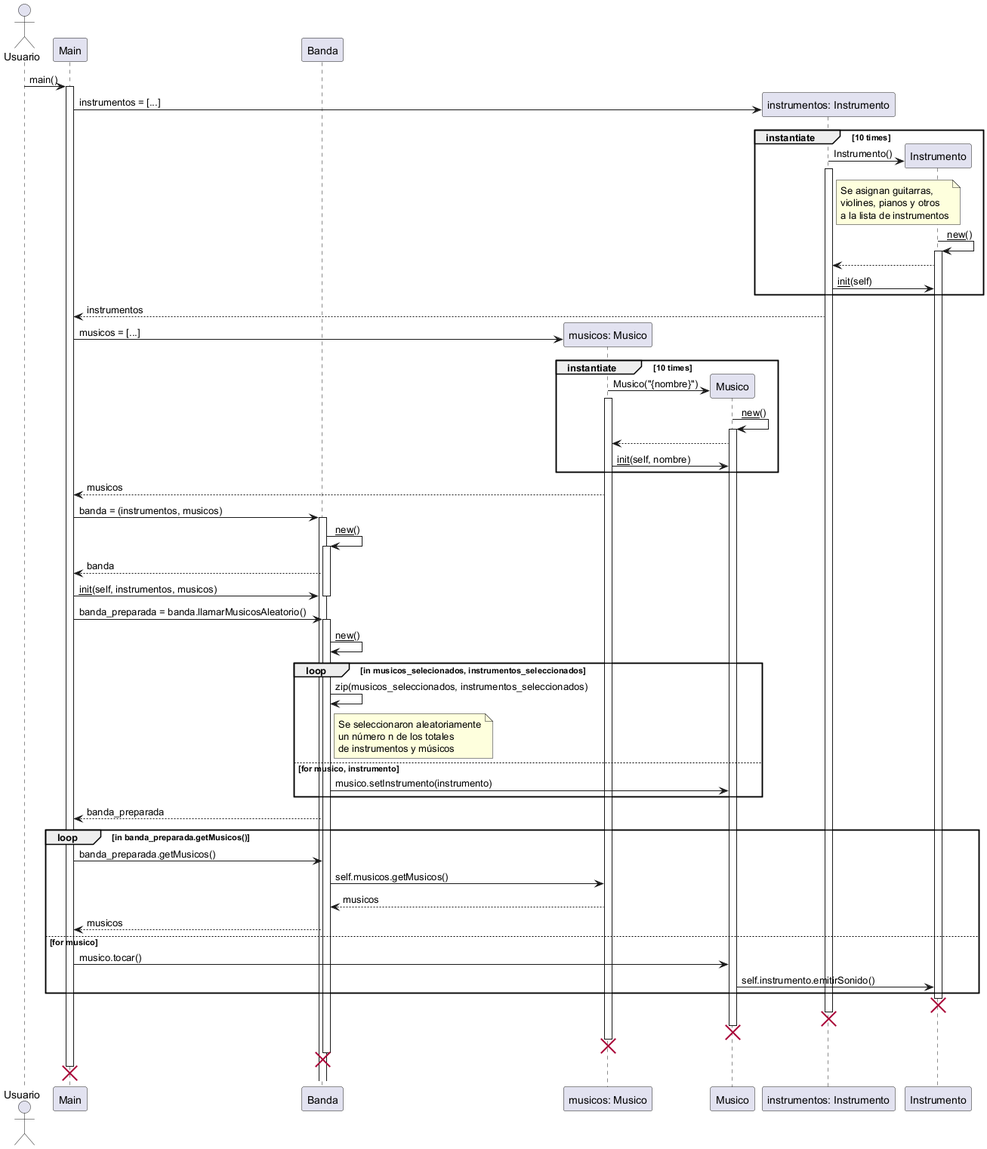
The PlantUML diagram diagramas/imagenes/Diagrama de Secuencia.png in Inaryuta/Entregable-I-Modelos-Programacion-II, before a commit.
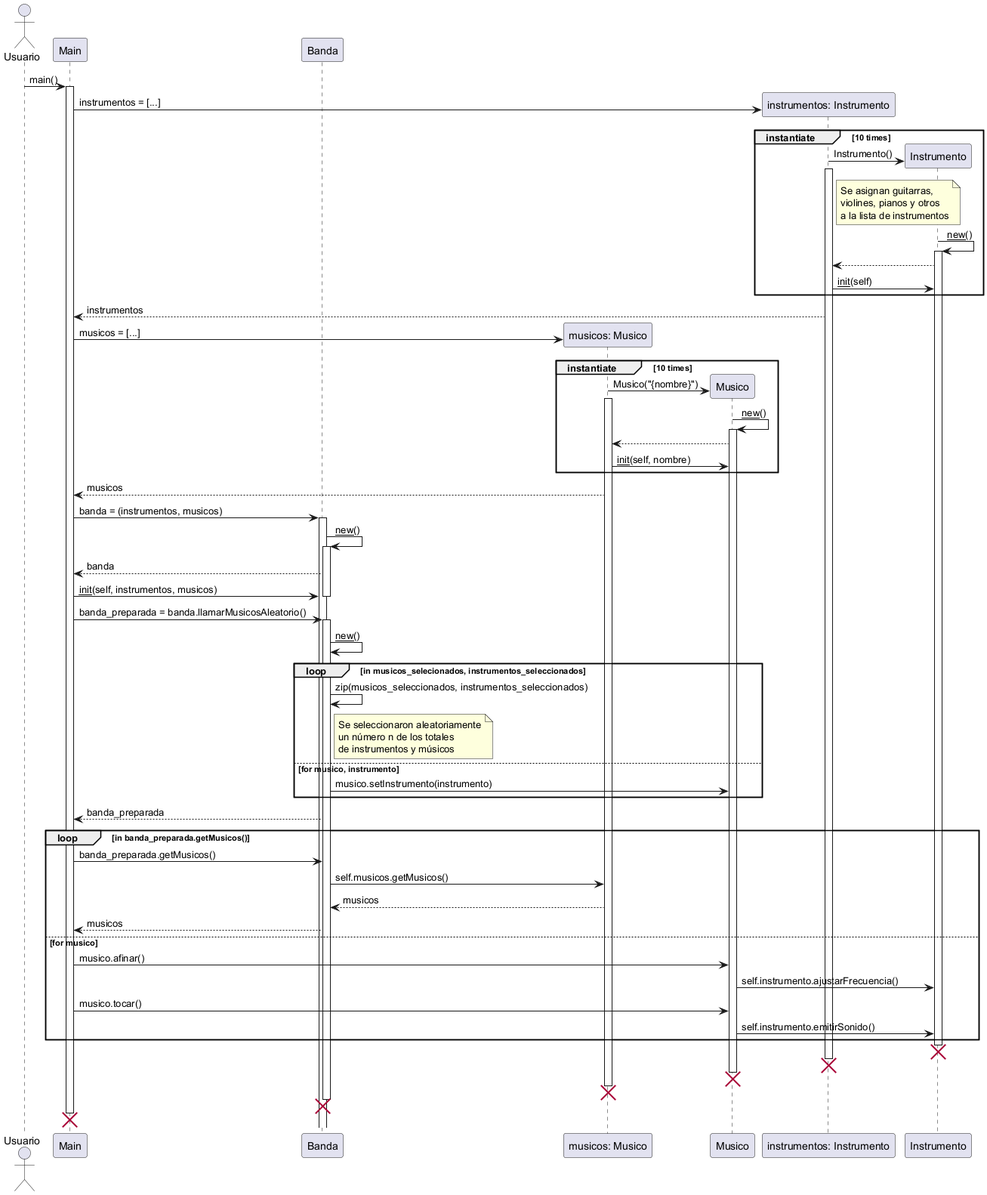
The same file after the commit.

The edit, as a diff of the source:
```diff
@@ -85,6 +85,8 @@
     "musicos: Musico" --> Banda : musicos
     Banda --> Main: musicos
 else for musico
+    Main -> Musico: musico.afinar()
+    Musico -> Instrumento: self.instrumento.ajustarFrecuencia()
     Main -> Musico: musico.tocar()
     Musico -> Instrumento: self.instrumento.emitirSonido()
 end loop
```
